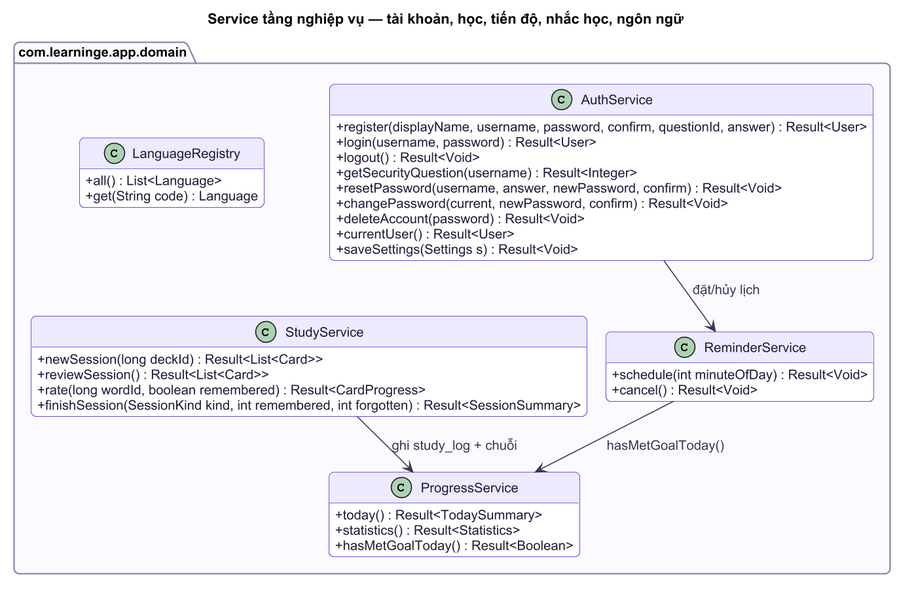
Earlier version of the PlantUML export docs/diagrams/class/cls-services-account-progress.png (at1308033-sketch/LearningE_app). Its diagram source:
```plantuml
@startuml
!include ../_style.puml
set separator none
title Service tầng nghiệp vụ — tài khoản, học, tiến độ, nhắc học, ngôn ngữ
skinparam classAttributeIconSize 0
hide empty fields

package "com.learninge.app.domain" {
  class AuthService {
    +register(displayName, username, password, confirm, questionId, answer) : Result<User>
    +login(username, password) : Result<User>
    +logout() : Result<Void>
    +getSecurityQuestion(username) : Result<Integer>
    +resetPassword(username, answer, newPassword, confirm) : Result<Void>
    +changePassword(current, newPassword, confirm) : Result<Void>
    +deleteAccount(password) : Result<Void>
    +currentUser() : Result<User>
    +saveSettings(Settings s) : Result<Void>
  }
  class StudyService {
    +newSession(long deckId) : Result<List<Card>>
    +reviewSession() : Result<List<Card>>
    +rate(long wordId, boolean remembered) : Result<CardProgress>
    +finishSession(SessionKind kind, int remembered, int forgotten) : Result<SessionSummary>
  }
  class ProgressService {
    +today() : Result<TodaySummary>
    +statistics() : Result<Statistics>
    +hasMetGoalToday() : Result<Boolean>
  }
  class ReminderService {
    +schedule(int minuteOfDay) : Result<Void>
    +cancel() : Result<Void>
  }
  class LanguageRegistry {
    +all() : List<Language>
    +get(String code) : Language
  }
}

AuthService --> ReminderService : đặt/hủy lịch
StudyService --> ProgressService : ghi study_log + chuỗi
ReminderService --> ProgressService : hasMetGoalToday()
@enduml
```
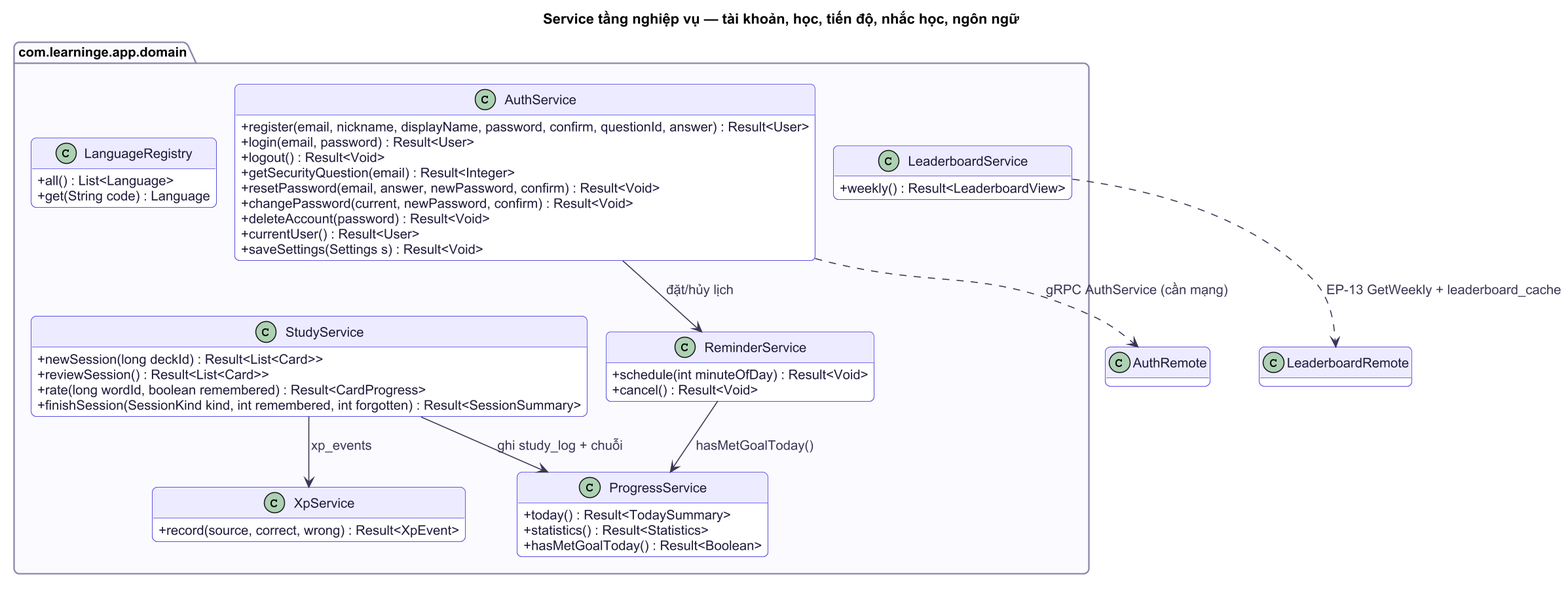
After the change.

Change to the diagram source:
```diff
@@ -7,11 +7,11 @@
 
 package "com.learninge.app.domain" {
   class AuthService {
-    +register(displayName, username, password, confirm, questionId, answer) : Result<User>
-    +login(username, password) : Result<User>
+    +register(email, nickname, displayName, password, confirm, questionId, answer) : Result<User>
+    +login(email, password) : Result<User>
     +logout() : Result<Void>
-    +getSecurityQuestion(username) : Result<Integer>
-    +resetPassword(username, answer, newPassword, confirm) : Result<Void>
+    +getSecurityQuestion(email) : Result<Integer>
+    +resetPassword(email, answer, newPassword, confirm) : Result<Void>
     +changePassword(current, newPassword, confirm) : Result<Void>
     +deleteAccount(password) : Result<Void>
     +currentUser() : Result<User>
@@ -28,6 +28,12 @@
     +statistics() : Result<Statistics>
     +hasMetGoalToday() : Result<Boolean>
   }
+  class XpService {
+    +record(source, correct, wrong) : Result<XpEvent>
+  }
+  class LeaderboardService {
+    +weekly() : Result<LeaderboardView>
+  }
   class ReminderService {
     +schedule(int minuteOfDay) : Result<Void>
     +cancel() : Result<Void>
@@ -39,6 +45,9 @@
 }
 
 AuthService --> ReminderService : đặt/hủy lịch
+AuthService ..> AuthRemote : gRPC AuthService (cần mạng)
+StudyService --> XpService : xp_events
+LeaderboardService ..> LeaderboardRemote : EP-13 GetWeekly + leaderboard_cache
 StudyService --> ProgressService : ghi study_log + chuỗi
 ReminderService --> ProgressService : hasMetGoalToday()
 @enduml
```
